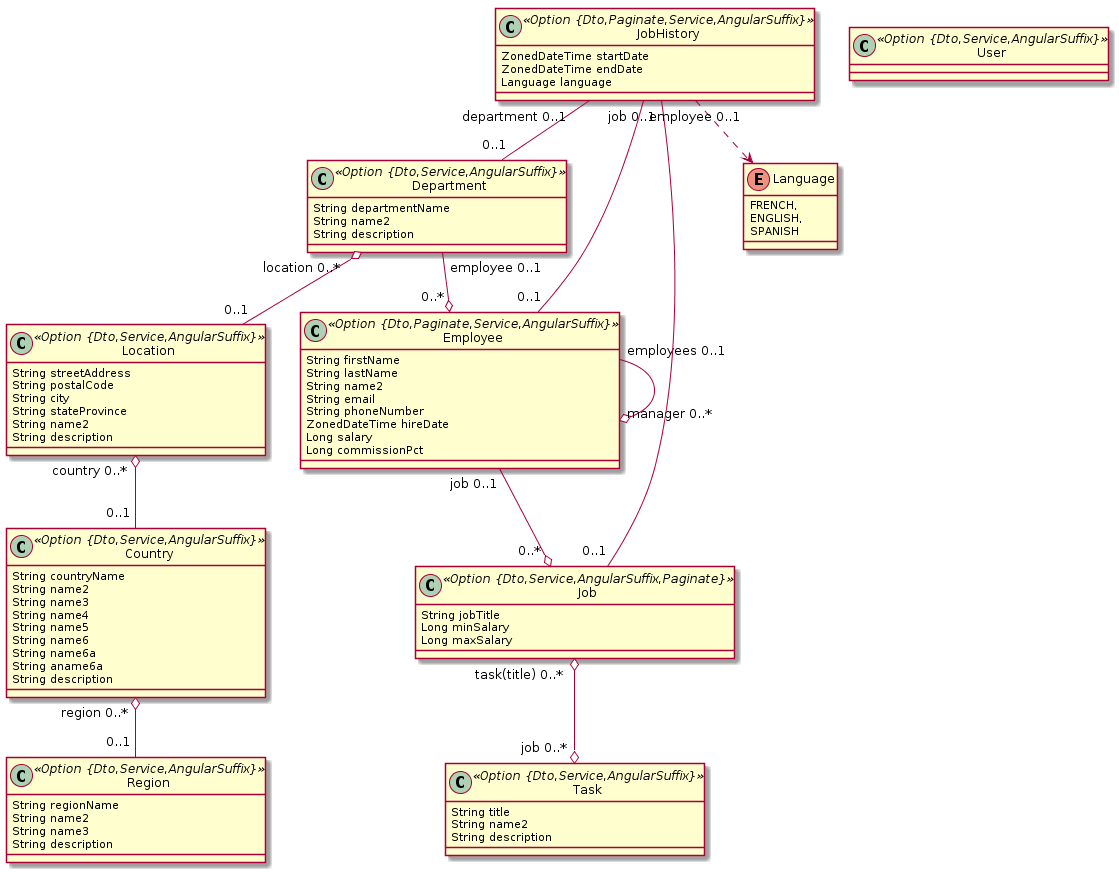
Before: jhipster-jdl.png, a diagram exported from PlantUML (munifgebara/generator-jhipster).
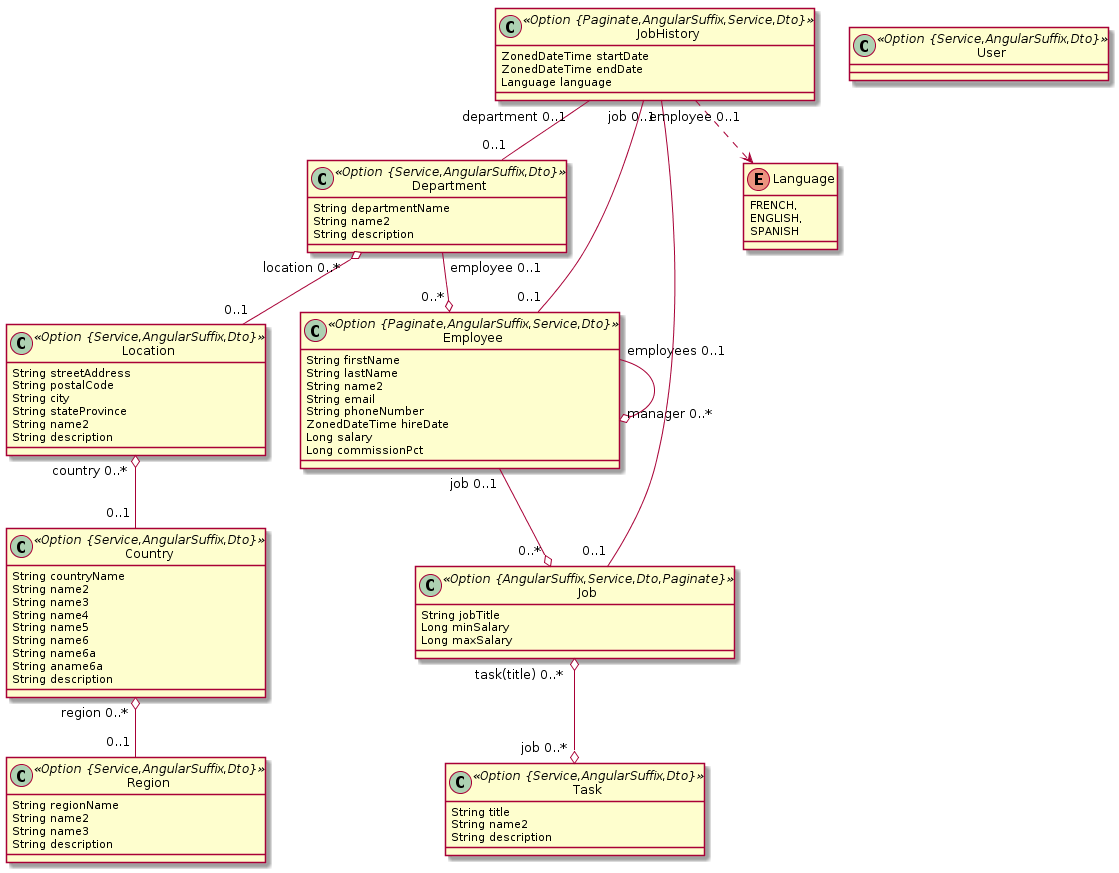
Above is the later version.

Diff of the diagram source:
```diff
@@ -1,11 +1,11 @@
 @startuml
-	class Region <<Option {Dto,Service,AngularSuffix}>> {
+	class Region <<Option {Service,AngularSuffix,Dto}>> {
 		String regionName
 		String name2
 		String name3
 		String description
 	}
-	class Country <<Option {Dto,Service,AngularSuffix}>> {
+	class Country <<Option {Service,AngularSuffix,Dto}>> {
 		String countryName
 		String name2
 		String name3
@@ -16,7 +16,7 @@
 		String aname6a
 		String description
 	}
-	class Location <<Option {Dto,Service,AngularSuffix}>> {
+	class Location <<Option {Service,AngularSuffix,Dto}>> {
 		String streetAddress
 		String postalCode
 		String city
@@ -24,17 +24,17 @@
 		String name2
 		String description
 	}
-	class Department <<Option {Dto,Service,AngularSuffix}>> {
+	class Department <<Option {Service,AngularSuffix,Dto}>> {
 		String departmentName
 		String name2
 		String description
 	}
-	class Task <<Option {Dto,Service,AngularSuffix}>> {
+	class Task <<Option {Service,AngularSuffix,Dto}>> {
 		String title
 		String name2
 		String description
 	}
-	class Employee <<Option {Dto,Paginate,Service,AngularSuffix}>> {
+	class Employee <<Option {Paginate,AngularSuffix,Service,Dto}>> {
 		String firstName
 		String lastName
 		String name2
@@ -44,12 +44,12 @@
 		Long salary
 		Long commissionPct
 	}
-	class Job <<Option {Dto,Service,AngularSuffix,Paginate}>> {
+	class Job <<Option {AngularSuffix,Service,Dto,Paginate}>> {
 		String jobTitle
 		Long minSalary
 		Long maxSalary
 	}
-	class JobHistory <<Option {Dto,Paginate,Service,AngularSuffix}>> {
+	class JobHistory <<Option {Paginate,AngularSuffix,Service,Dto}>> {
 		ZonedDateTime startDate
 		ZonedDateTime endDate
 		Language language
@@ -70,6 +70,6 @@
 	JobHistory  "job 0..1 " -- "0..1 "  Job
 	JobHistory  "department 0..1 " -- "0..1 "  Department
 	JobHistory  "employee 0..1 " -- "0..1 "  Employee
-	class User <<Option {Dto,Service,AngularSuffix}>> {
+	class User <<Option {Service,AngularSuffix,Dto}>> {
 	}
 @enduml
```
